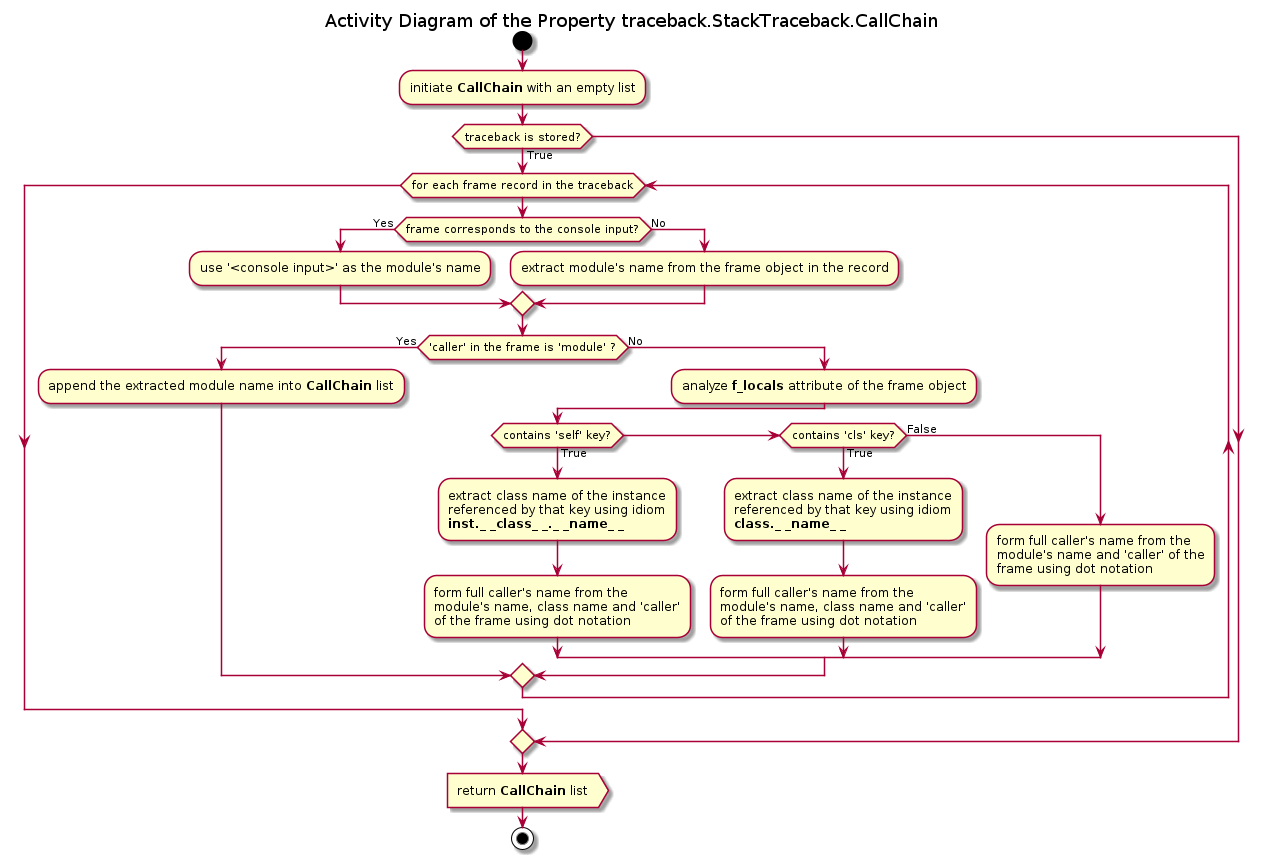
Above: Documentation/UML/traceback/traceback_stacktraceback_callchain.png in FooBarShebang/introspection_lib (PlantUML), before the change.
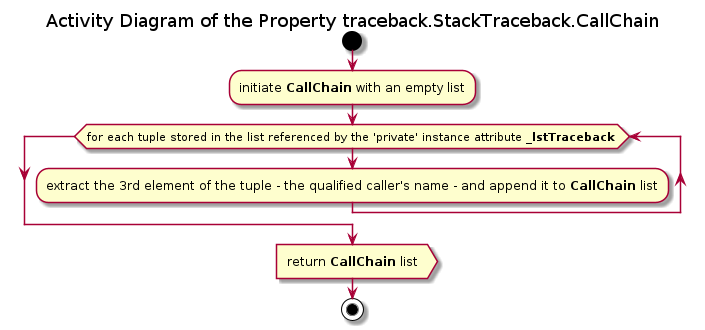
Above is the later version.

Diff of the diagram source:
```diff
@@ -6,44 +6,9 @@
 
 :initiate <b>CallChain</b> with an empty list;
 
-if (traceback is stored?) then (True)
-    while (for each frame record in the traceback)
-
-        if (frame corresponds to the console input?) then (Yes)
-            :use '<console input>' as the module's name;
-        else (No)
-            :extract module's name from the frame object in the record;
-         endif
-
-        if ('caller' in the frame is 'module' ?) then (Yes)
-            :append the extracted module name into <b>CallChain</b> list;
-        else (No)
-            :analyze <b>f_locals</b> attribute of the frame object;
-
-            if (contains 'self' key?) then (True)
-                :extract class name of the instance
-                referenced by that key using idiom
-                <b>inst._ _class_ _._ _name_ _<b> ;
-
-                :form full caller's name from the
-                module's name, class name and 'caller'
-                of the frame using dot notation;
-            elseif (contains 'cls' key?) then (True)
-                :extract class name of the instance
-                referenced by that key using idiom
-                <b>class._ _name_ _<b> ;
-
-                :form full caller's name from the
-                module's name, class name and 'caller'
-                of the frame using dot notation;
-            else (False)
-                :form full caller's name from the
-                module's name and 'caller' of the
-                frame using dot notation;
-            endif
-        endif
-    end while
-endif
+while (for each tuple stored in the list referenced by the 'private' instance attribute <b>_lstTraceback</b> )
+    :extract the 3rd element of the tuple - the qualified caller's name - and append it to <b>CallChain</b> list;
+end while
 
 :return <b>CallChain</b> list>
 
```
